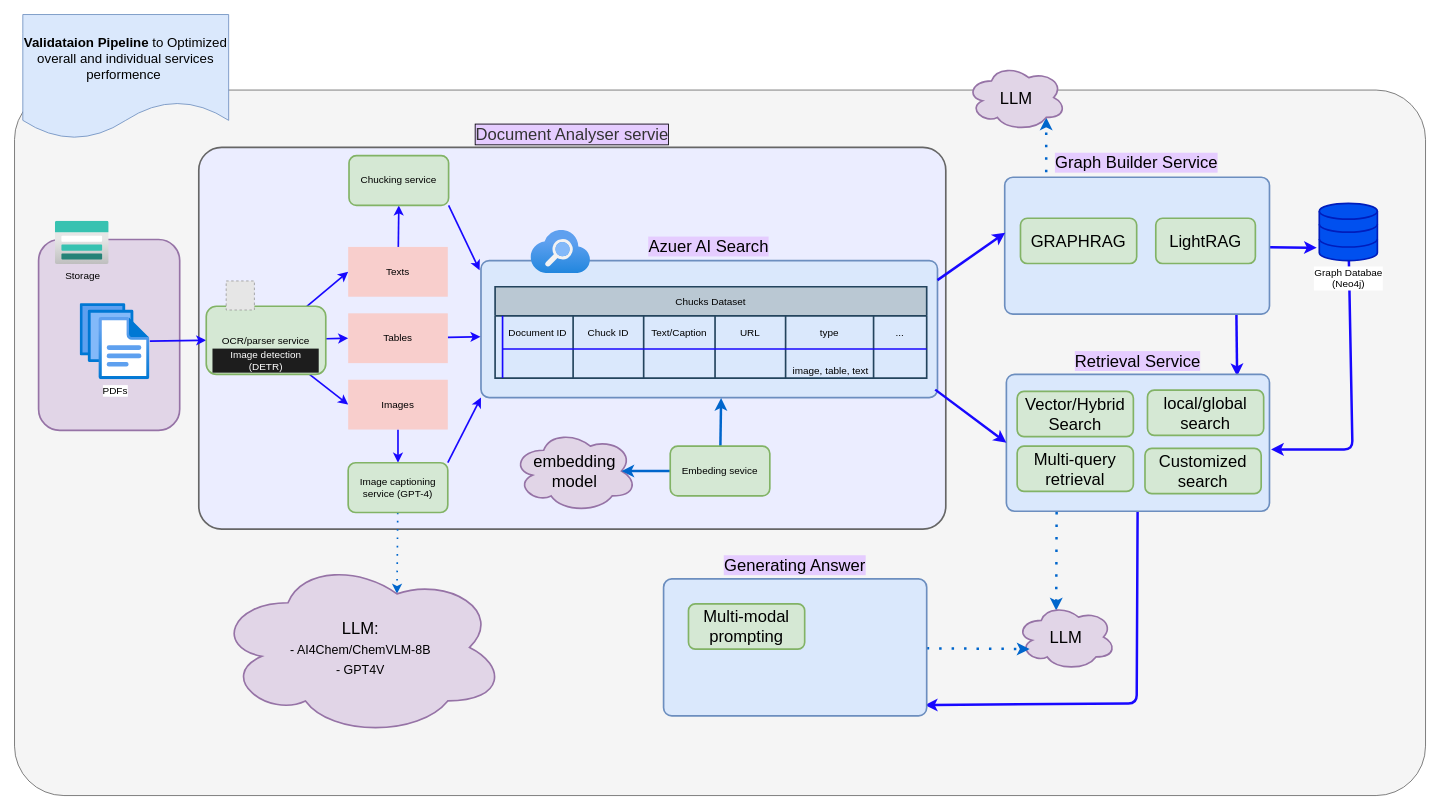
Before: page "Architecture" (1 of 2) of docs/indexing.drawio in iAli61/academic-document-analyzer, a draw.io diagram. Source tidied: cells renumbered, new cells numbered last; positions are measured from the earlier drawing's top-left corner, leaving out a move shared by most shapes. Both pictures are drawn from the tidied source at 83%, with x=0, y=0 at pixel (14, 14). Pictures stored in the file or linked from it are replaced by grey dashed boxes.
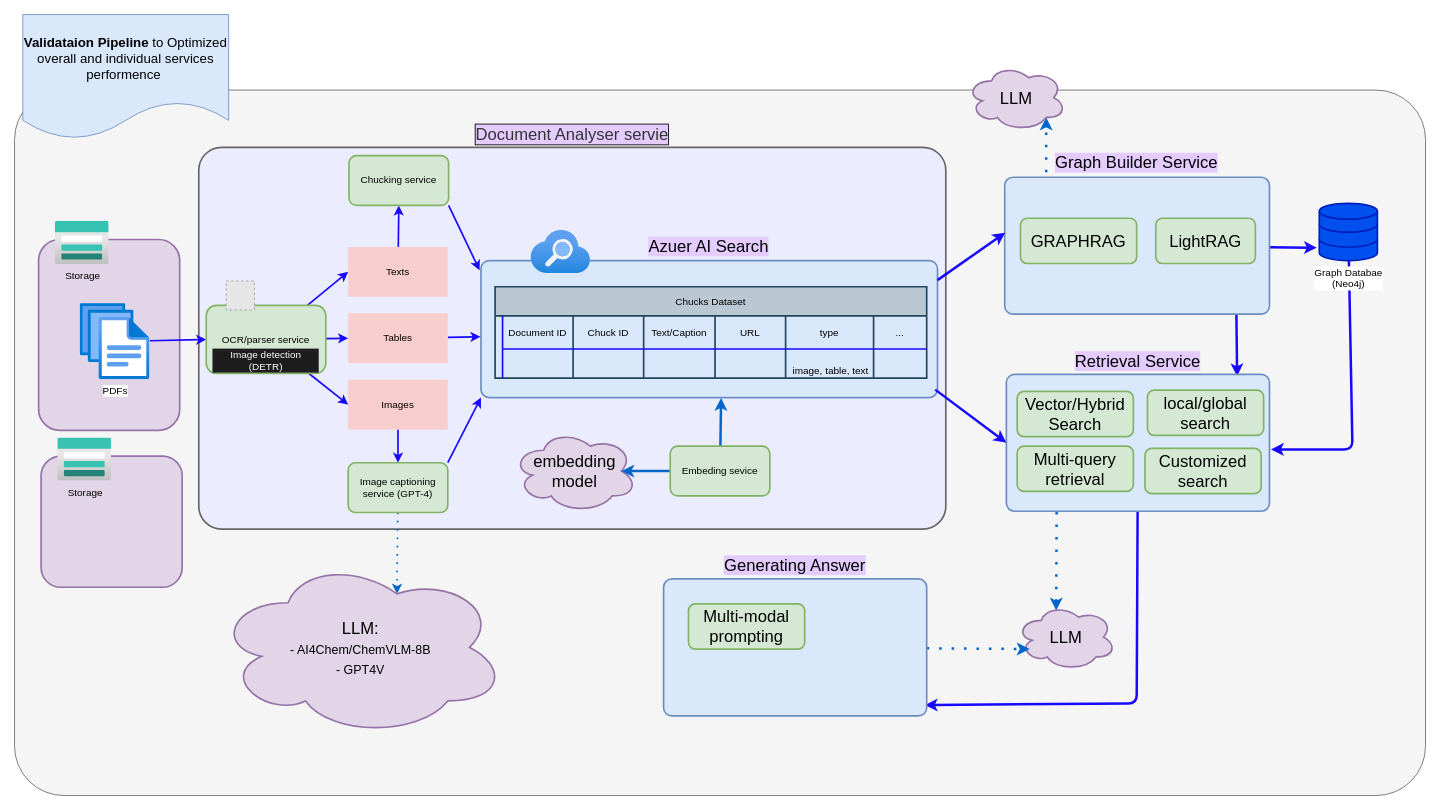
Above is the later version.

The edit, as a diff of the source:
```diff
@@
     <mxCell id="13" value="OCR/parser service" style="rounded=1;whiteSpace=wrap;html=1;fillColor=#d5e8d4;strokeColor=#82b366;strokeWidth=2;fontColor=#000000;" parent="1" vertex="1">
-      <mxGeometry x="231" y="351.5" width="144" height="82" as="geometry" />
+      <mxGeometry x="231" y="350.5" width="144" height="82" as="geometry" />
     </mxCell>
@@
+    <mxCell id="65" style="group;" parent="1" vertex="1">
+      <mxGeometry x="32" y="510" width="170" height="270" as="geometry" />
+    </mxCell>
+    <mxCell id="66" style="rounded=1;whiteSpace=wrap;html=1;fillColor=#e1d5e7;strokeColor=#9673a6;strokeWidth=2;" parent="65" vertex="1">
+      <mxGeometry y="22" width="170" height="158" as="geometry" />
+    </mxCell>
+    <mxCell id="67" value="Storage" style="html=1;align=center;image;fontSize=12;image=img/lib/azure2/storage/Storage_Accounts.svg;labelBackgroundColor=none;labelBorderColor=none;strokeColor=#99FFCC;strokeWidth=2;fontColor=#000000;" parent="65" vertex="1">
+      <mxGeometry x="20" width="65" height="52" as="geometry" />
+    </mxCell>
```
